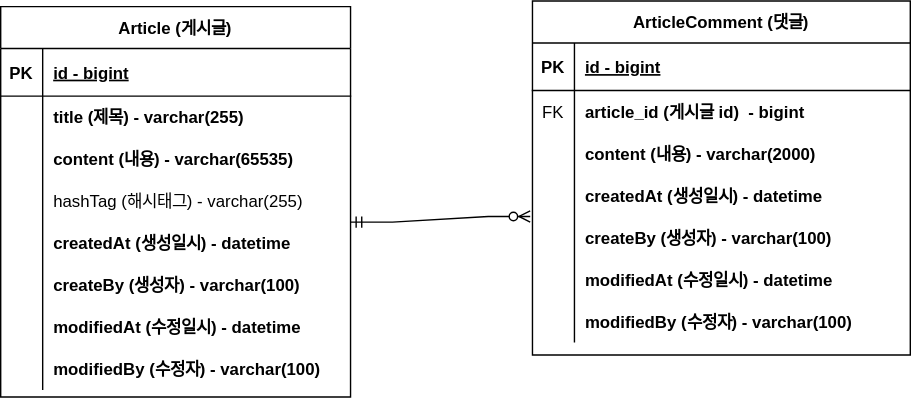
Earlier version of the draw.io export document/project-board-erd.svg (tudiiii/project-board-). Source tidied: cells renumbered, new cells last; positions are measured from the earlier drawing's top-left corner, leaving out a move shared by most shapes.
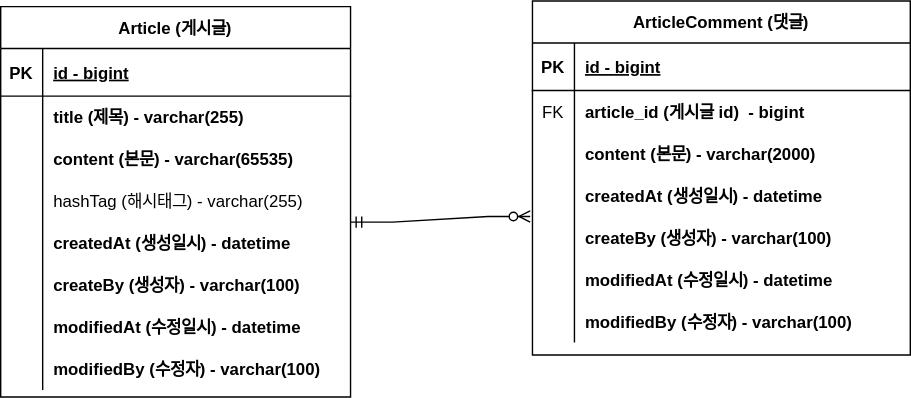
After the change.

Commit message:
#8 - ERD 주석 업데이트 : project-board-erd.svg

Diff of the diagram source:
```diff
@@ -29,7 +29,7 @@
     <mxCell id="10" style="shape=partialRectangle;fillColor=none;top=0;left=0;bottom=0;right=0;overflow=hidden;" parent="9" vertex="1">
       <mxGeometry width="30" height="30" as="geometry" />
     </mxCell>
-    <mxCell id="11" value="content (내용) - varchar(65535)" style="shape=partialRectangle;fillColor=none;top=0;left=0;bottom=0;right=0;align=left;spacingLeft=6;overflow=hidden;fontStyle=1;" parent="9" vertex="1">
+    <mxCell id="11" value="content (본문) - varchar(65535)" style="shape=partialRectangle;fillColor=none;top=0;left=0;bottom=0;right=0;align=left;spacingLeft=6;overflow=hidden;fontStyle=1;" parent="9" vertex="1">
       <mxGeometry x="30" width="220" height="30" as="geometry" />
     </mxCell>
     <mxCell id="12" style="shape=tableRow;horizontal=0;startSize=0;swimlaneHead=0;swimlaneBody=0;fillColor=none;top=0;left=0;right=0;bottom=0;" parent="2" vertex="1">
@@ -104,7 +104,7 @@
     <mxCell id="35" style="shape=partialRectangle;fillColor=none;top=0;left=0;bottom=0;right=0;overflow=hidden;" parent="34" vertex="1">
       <mxGeometry width="30" height="30" as="geometry" />
     </mxCell>
-    <mxCell id="36" value="content (내용) - varchar(2000)" style="shape=partialRectangle;fillColor=none;top=0;left=0;bottom=0;right=0;align=left;spacingLeft=6;overflow=hidden;fontStyle=1;" parent="34" vertex="1">
+    <mxCell id="36" value="content (본문) - varchar(2000)" style="shape=partialRectangle;fillColor=none;top=0;left=0;bottom=0;right=0;align=left;spacingLeft=6;overflow=hidden;fontStyle=1;" parent="34" vertex="1">
       <mxGeometry x="30" width="240" height="30" as="geometry" />
     </mxCell>
     <mxCell id="37" style="shape=tableRow;horizontal=0;startSize=0;swimlaneHead=0;swimlaneBody=0;fillColor=none;top=0;left=0;right=0;bottom=0;" parent="27" vertex="1">
```
